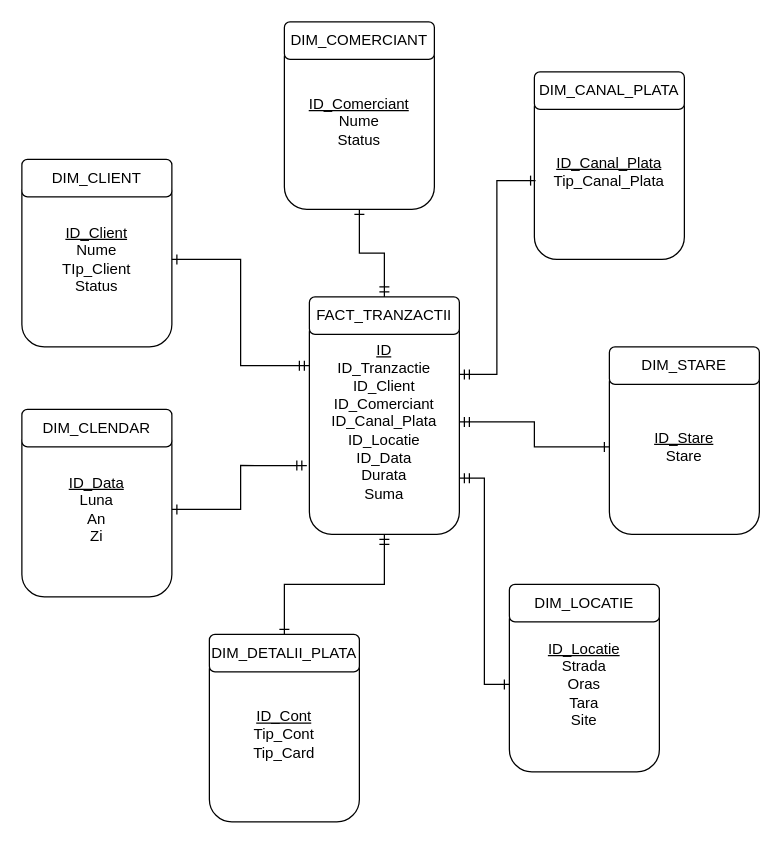
Above: erd-data-warehouse.drawio in banigeo/dw_bi (draw.io), before the change. Source tidied: cells renumbered, new cells numbered last; positions are measured from the earlier drawing's top-left corner, leaving out a move shared by most shapes. Both pictures are drawn from the tidied source at 125%, with x=0, y=0 at pixel (21, 21).
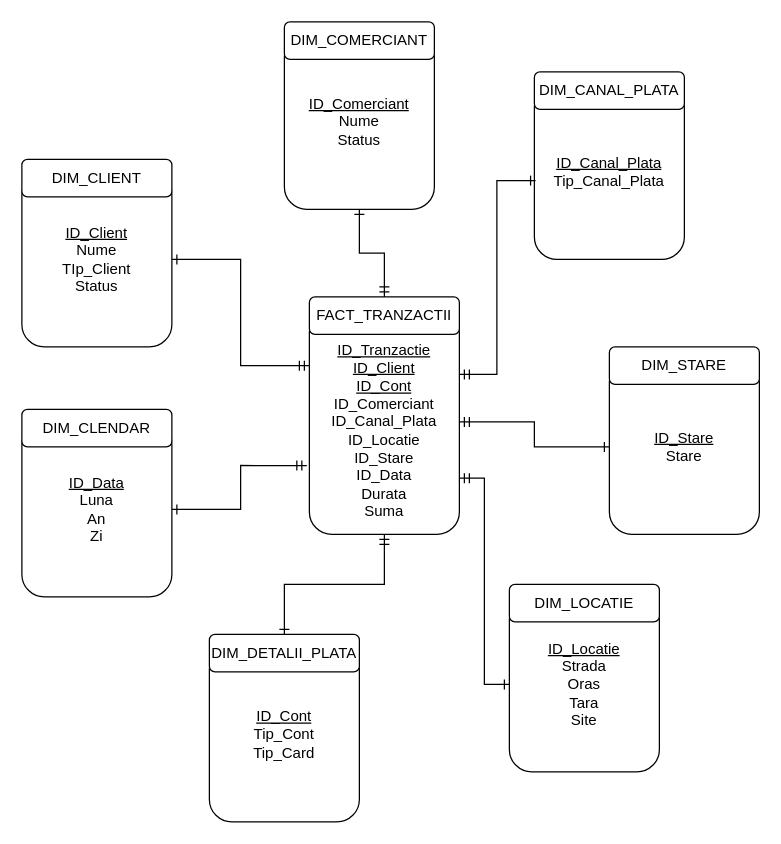
After the change.

Commit message (it also covers changes not shown here):
dw DDL adjustments

The edit, as a diff of the source:
```diff
@@
-    <mxCell id="3" value="&lt;u&gt;ID&lt;/u&gt;&lt;br&gt;ID_Tranzactie&lt;br&gt;ID_Client&lt;br&gt;ID_Comerciant&lt;br&gt;ID_Canal_Plata&lt;br&gt;ID_Locatie&lt;br&gt;ID_Data&lt;br&gt;Durata&lt;br&gt;Suma" style="rounded=1;whiteSpace=wrap;html=1;" parent="1" vertex="1">
+    <mxCell id="3" value="&lt;u&gt;&lt;br&gt;ID_Tranzactie&lt;br&gt;ID_Client&lt;br&gt;ID_Cont&lt;/u&gt;&lt;br&gt;ID_Comerciant&lt;br&gt;ID_Canal_Plata&lt;br&gt;ID_Locatie&lt;br&gt;ID_Stare&lt;br&gt;ID_Data&lt;br&gt;Durata&lt;br&gt;Suma" style="rounded=1;whiteSpace=wrap;html=1;" parent="1" vertex="1">
       <mxGeometry x="230" y="230" width="120" height="180" as="geometry" />
     </mxCell>
```
